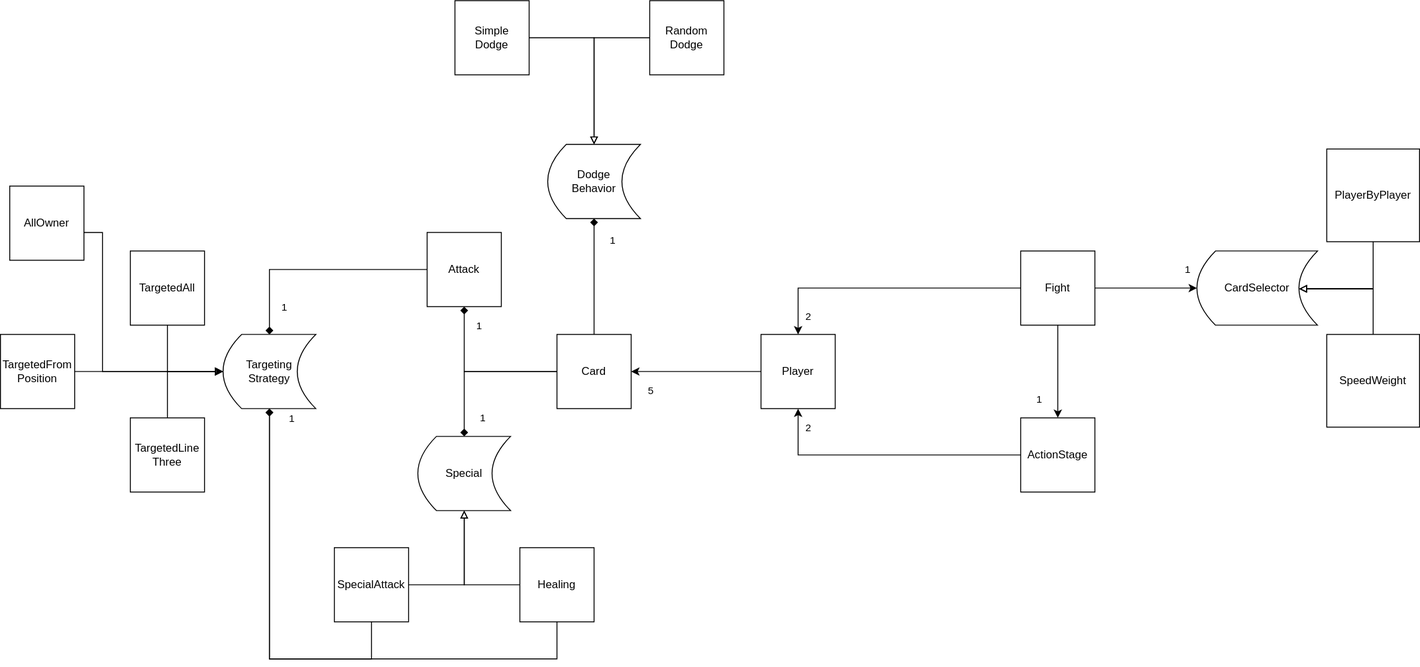
Earlier version of the draw.io export doc/archi.drawio.svg (cegerard/card-game). Source tidied: cells renumbered, new cells last; positions are measured from the earlier drawing's top-left corner, leaving out a move shared by most shapes.
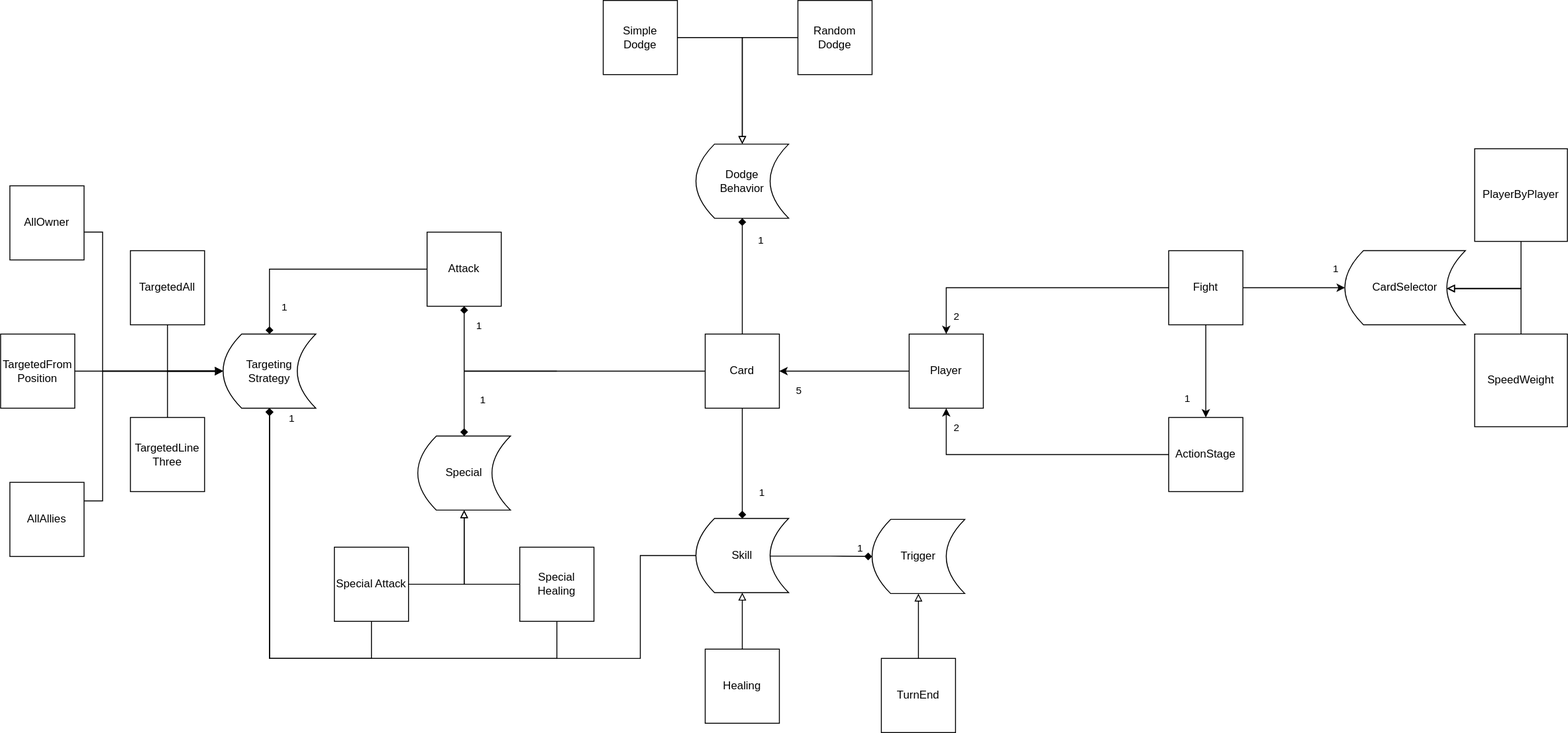
The same diagram one commit later.

Commit message:
Add self healing skill

What changed in the source:
```diff
@@ -65,14 +65,24 @@
     <mxCell id="17" value="Player" style="whiteSpace=wrap;html=1;" parent="1" vertex="1">
       <mxGeometry x="820" y="360" width="80" height="80" as="geometry" />
     </mxCell>
-    <mxCell id="18" style="edgeStyle=orthogonalEdgeStyle;rounded=0;html=1;exitX=0;exitY=0.5;exitDx=0;exitDy=0;entryX=0.5;entryY=1;entryDx=0;entryDy=0;strokeColor=default;fontColor=default;endArrow=diamond;endFill=1;" parent="1" edge="1" source="20" target="23">
-      <mxGeometry relative="1" as="geometry" />
+    <mxCell id="18" style="edgeStyle=orthogonalEdgeStyle;rounded=0;html=1;exitX=0;exitY=0.5;exitDx=0;exitDy=0;entryX=0.5;entryY=1;entryDx=0;entryDy=0;strokeColor=default;fontColor=default;endArrow=diamond;endFill=1;" parent="1" edge="1" target="23">
+      <mxGeometry relative="1" as="geometry">
+        <mxPoint x="440" y="400" as="sourcePoint" />
+      </mxGeometry>
     </mxCell>
     <mxCell id="19" value="1" style="edgeLabel;html=1;align=center;verticalAlign=middle;fontColor=default;" parent="18" vertex="1">
       <mxGeometry x="0.74" relative="1" as="geometry">
         <mxPoint x="15" y="-2" as="offset" />
       </mxGeometry>
     </mxCell>
+    <mxCell id="48" style="edgeStyle=none;html=1;endArrow=diamond;endFill=1;entryX=0.5;entryY=0;entryDx=0;entryDy=0;" parent="1" edge="1" source="20" target="58">
+      <mxGeometry relative="1" as="geometry" />
+    </mxCell>
+    <mxCell id="49" value="1" style="edgeLabel;html=1;align=center;verticalAlign=middle;" parent="48" vertex="1">
+      <mxGeometry x="-0.48" relative="1" as="geometry">
+        <mxPoint x="20" y="59" as="offset" />
+      </mxGeometry>
+    </mxCell>
     <mxCell id="20" value="Card" style="whiteSpace=wrap;html=1;labelBackgroundColor=none;labelBorderColor=none;fontColor=default;" parent="1" vertex="1">
       <mxGeometry x="600" y="360" width="80" height="80" as="geometry" />
     </mxCell>
@@ -85,13 +95,13 @@
       </mxGeometry>
     </mxCell>
     <mxCell id="23" value="Attack" style="whiteSpace=wrap;html=1;labelBackgroundColor=none;labelBorderColor=none;fontColor=default;" parent="1" vertex="1">
-      <mxGeometry x="460" y="250" width="80" height="80" as="geometry" />
+      <mxGeometry x="300" y="250" width="80" height="80" as="geometry" />
     </mxCell>
     <mxCell id="24" style="edgeStyle=orthogonalEdgeStyle;rounded=0;html=1;exitX=0.5;exitY=1;exitDx=0;exitDy=0;entryX=0.5;entryY=1;entryDx=0;entryDy=0;strokeColor=default;fontColor=default;endArrow=diamond;endFill=1;" parent="1" edge="1" source="27" target="28">
       <mxGeometry relative="1" as="geometry">
         <Array as="points">
-          <mxPoint x="400" y="710" />
-          <mxPoint x="290" y="710" />
+          <mxPoint x="240" y="710" />
+          <mxPoint x="130" y="710" />
         </Array>
       </mxGeometry>
     </mxCell>
@@ -103,35 +113,35 @@
     <mxCell id="26" style="edgeStyle=orthogonalEdgeStyle;html=1;entryX=0.5;entryY=1;entryDx=0;entryDy=0;endArrow=block;endFill=0;strokeColor=default;rounded=0;" parent="1" edge="1" source="27" target="36">
       <mxGeometry relative="1" as="geometry" />
     </mxCell>
-    <mxCell id="27" value="SpecialAttack" style="whiteSpace=wrap;html=1;labelBackgroundColor=none;labelBorderColor=none;fontColor=default;" parent="1" vertex="1">
-      <mxGeometry x="360" y="590" width="80" height="80" as="geometry" />
+    <mxCell id="27" value="Special Attack" style="whiteSpace=wrap;html=1;labelBackgroundColor=none;labelBorderColor=none;fontColor=default;" parent="1" vertex="1">
+      <mxGeometry x="200" y="590" width="80" height="80" as="geometry" />
     </mxCell>
     <mxCell id="28" value="Targeting&lt;br&gt;Strategy" style="shape=dataStorage;whiteSpace=wrap;html=1;fixedSize=1;labelBackgroundColor=none;labelBorderColor=none;fontColor=default;" parent="1" vertex="1">
-      <mxGeometry x="240" y="360" width="100" height="80" as="geometry" />
+      <mxGeometry x="80" y="360" width="100" height="80" as="geometry" />
     </mxCell>
     <mxCell id="29" style="edgeStyle=orthogonalEdgeStyle;rounded=0;html=1;exitX=0.5;exitY=1;exitDx=0;exitDy=0;entryX=0;entryY=0.5;entryDx=0;entryDy=0;strokeColor=default;fontColor=default;endArrow=block;endFill=0;" parent="1" edge="1" source="30" target="28">
       <mxGeometry relative="1" as="geometry" />
     </mxCell>
     <mxCell id="30" value="TargetedAll" style="whiteSpace=wrap;html=1;labelBackgroundColor=none;labelBorderColor=none;fontColor=default;" parent="1" vertex="1">
-      <mxGeometry x="140" y="270" width="80" height="80" as="geometry" />
+      <mxGeometry x="-20" y="270" width="80" height="80" as="geometry" />
     </mxCell>
     <mxCell id="31" style="edgeStyle=orthogonalEdgeStyle;rounded=0;html=1;exitX=1;exitY=0.5;exitDx=0;exitDy=0;entryX=0;entryY=0.5;entryDx=0;entryDy=0;strokeColor=default;fontColor=default;endArrow=block;endFill=0;" parent="1" edge="1" source="32" target="28">
       <mxGeometry relative="1" as="geometry" />
     </mxCell>
     <mxCell id="32" value="TargetedFrom&lt;br&gt;Position" style="whiteSpace=wrap;html=1;labelBackgroundColor=none;labelBorderColor=none;fontColor=default;" parent="1" vertex="1">
-      <mxGeometry y="360" width="80" height="80" as="geometry" />
+      <mxGeometry x="-160" y="360" width="80" height="80" as="geometry" />
     </mxCell>
     <mxCell id="33" style="edgeStyle=orthogonalEdgeStyle;rounded=0;html=1;exitX=0.5;exitY=0;exitDx=0;exitDy=0;entryX=0;entryY=0.5;entryDx=0;entryDy=0;strokeColor=default;fontColor=default;endArrow=block;endFill=0;" parent="1" edge="1" source="34" target="28">
       <mxGeometry relative="1" as="geometry" />
     </mxCell>
     <mxCell id="34" value="TargetedLine&lt;br&gt;Three" style="whiteSpace=wrap;html=1;labelBackgroundColor=none;labelBorderColor=none;fontColor=default;" parent="1" vertex="1">
-      <mxGeometry x="140" y="450" width="80" height="80" as="geometry" />
+      <mxGeometry x="-20" y="450" width="80" height="80" as="geometry" />
     </mxCell>
     <mxCell id="35" value="1" style="edgeStyle=orthogonalEdgeStyle;rounded=0;html=1;exitX=0;exitY=0.5;exitDx=0;exitDy=0;entryX=0.5;entryY=0;entryDx=0;entryDy=0;strokeColor=default;fontColor=default;endArrow=diamond;endFill=1;" parent="1" edge="1" source="20" target="36">
       <mxGeometry x="0.76" y="20" relative="1" as="geometry" />
     </mxCell>
     <mxCell id="36" value="Special" style="shape=dataStorage;whiteSpace=wrap;html=1;fixedSize=1;labelBackgroundColor=none;labelBorderColor=none;fontColor=default;" parent="1" vertex="1">
-      <mxGeometry x="450" y="470" width="100" height="80" as="geometry" />
+      <mxGeometry x="290" y="470" width="100" height="80" as="geometry" />
     </mxCell>
     <mxCell id="37" style="edgeStyle=orthogonalEdgeStyle;rounded=0;html=1;strokeColor=default;endArrow=block;endFill=0;entryX=0.5;entryY=1;entryDx=0;entryDy=0;" parent="1" edge="1" source="39" target="36">
       <mxGeometry relative="1" as="geometry" />
@@ -139,15 +149,15 @@
     <mxCell id="38" style="edgeStyle=orthogonalEdgeStyle;rounded=0;html=1;strokeColor=default;startArrow=none;startFill=0;endArrow=diamond;endFill=1;entryX=0.5;entryY=1;entryDx=0;entryDy=0;" parent="1" edge="1" source="39" target="28">
       <mxGeometry relative="1" as="geometry">
         <Array as="points">
-          <mxPoint x="600" y="710" />
-          <mxPoint x="290" y="710" />
+          <mxPoint x="440" y="710" />
+          <mxPoint x="130" y="710" />
         </Array>
       </mxGeometry>
     </mxCell>
-    <mxCell id="39" value="Healing" style="whiteSpace=wrap;html=1;labelBackgroundColor=none;labelBorderColor=none;fontColor=default;" parent="1" vertex="1">
-      <mxGeometry x="560" y="590" width="80" height="80" as="geometry" />
+    <mxCell id="39" value="Special Healing" style="whiteSpace=wrap;html=1;labelBackgroundColor=none;labelBorderColor=none;fontColor=default;" parent="1" vertex="1">
+      <mxGeometry x="400" y="590" width="80" height="80" as="geometry" />
     </mxCell>
-    <mxCell id="40" value="1" style="edgeStyle=orthogonalEdgeStyle;rounded=0;html=1;entryX=0.5;entryY=0;entryDx=0;entryDy=0;strokeColor=default;endArrow=none;endFill=0;startArrow=diamond;startFill=1;" parent="1" edge="1" source="41" target="20">
+    <mxCell id="40" value="1" style="edgeStyle=orthogonalEdgeStyle;rounded=0;html=1;strokeColor=default;endArrow=none;endFill=0;startArrow=diamond;startFill=1;exitX=0.5;exitY=1;exitDx=0;exitDy=0;entryX=0.5;entryY=0;entryDx=0;entryDy=0;" parent="1" edge="1" source="41" target="20">
       <mxGeometry x="-0.6" y="20" relative="1" as="geometry">
         <mxPoint y="-1" as="offset" />
       </mxGeometry>
@@ -170,13 +180,58 @@
     <mxCell id="46" style="edgeStyle=orthogonalEdgeStyle;html=1;entryX=0;entryY=0.5;entryDx=0;entryDy=0;rounded=0;exitX=0.5;exitY=1;exitDx=0;exitDy=0;" parent="1" edge="1" source="47" target="28">
       <mxGeometry relative="1" as="geometry">
         <Array as="points">
-          <mxPoint x="110" y="250" />
-          <mxPoint x="110" y="400" />
+          <mxPoint x="-50" y="250" />
+          <mxPoint x="-50" y="400" />
         </Array>
       </mxGeometry>
     </mxCell>
     <mxCell id="47" value="AllOwner" style="whiteSpace=wrap;html=1;labelBackgroundColor=none;labelBorderColor=none;fontColor=default;" parent="1" vertex="1">
-      <mxGeometry x="10" y="200" width="80" height="80" as="geometry" />
+      <mxGeometry x="-150" y="200" width="80" height="80" as="geometry" />
     </mxCell>
+    <mxCell id="50" style="edgeStyle=orthogonalEdgeStyle;rounded=0;html=1;endArrow=diamond;endFill=1;exitX=0;exitY=0.5;exitDx=0;exitDy=0;" parent="1" edge="1" source="58" target="28">
+      <mxGeometry relative="1" as="geometry">
+        <Array as="points">
+          <mxPoint x="530" y="710" />
+          <mxPoint x="130" y="710" />
+        </Array>
+      </mxGeometry>
+    </mxCell>
+    <mxCell id="51" style="edgeStyle=orthogonalEdgeStyle;rounded=0;html=1;endArrow=diamond;endFill=1;exitX=0.8;exitY=0.508;exitDx=0;exitDy=0;exitPerimeter=0;" parent="1" edge="1" source="58" target="56">
+      <mxGeometry relative="1" as="geometry" />
+    </mxCell>
+    <mxCell id="52" value="1" style="edgeLabel;html=1;align=center;verticalAlign=middle;" parent="51" vertex="1">
+      <mxGeometry x="0.25" y="2" relative="1" as="geometry">
+        <mxPoint x="28" y="-8" as="offset" />
+      </mxGeometry>
+    </mxCell>
+    <mxCell id="53" style="edgeStyle=orthogonalEdgeStyle;html=1;entryX=0;entryY=0.5;entryDx=0;entryDy=0;endArrow=classic;endFill=1;rounded=0;" parent="1" edge="1" source="54" target="28">
+      <mxGeometry relative="1" as="geometry">
+        <Array as="points">
+          <mxPoint x="-50" y="540" />
+          <mxPoint x="-50" y="400" />
+        </Array>
+      </mxGeometry>
+    </mxCell>
+    <mxCell id="54" value="AllAllies" style="whiteSpace=wrap;html=1;labelBackgroundColor=none;labelBorderColor=none;fontColor=default;" parent="1" vertex="1">
+      <mxGeometry x="-150" y="520" width="80" height="80" as="geometry" />
+    </mxCell>
+    <mxCell id="55" style="edgeStyle=orthogonalEdgeStyle;rounded=0;html=1;exitX=0.5;exitY=1;exitDx=0;exitDy=0;entryX=0.5;entryY=0;entryDx=0;entryDy=0;endArrow=none;endFill=0;startArrow=block;startFill=0;" parent="1" edge="1" source="56" target="57">
+      <mxGeometry relative="1" as="geometry" />
+    </mxCell>
+    <mxCell id="56" value="Trigger" style="shape=dataStorage;whiteSpace=wrap;html=1;fixedSize=1;labelBackgroundColor=none;labelBorderColor=none;fontColor=default;" parent="1" vertex="1">
+      <mxGeometry x="780" y="560" width="100" height="80" as="geometry" />
+    </mxCell>
+    <mxCell id="57" value="TurnEnd" style="whiteSpace=wrap;html=1;labelBackgroundColor=none;labelBorderColor=none;fontColor=default;" parent="1" vertex="1">
+      <mxGeometry x="790" y="710" width="80" height="80" as="geometry" />
+    </mxCell>
+    <mxCell id="58" value="Skill" style="shape=dataStorage;whiteSpace=wrap;html=1;fixedSize=1;labelBackgroundColor=none;labelBorderColor=none;fontColor=default;" parent="1" vertex="1">
+      <mxGeometry x="590" y="559" width="100" height="80" as="geometry" />
+    </mxCell>
+    <mxCell id="59" style="edgeStyle=none;html=1;entryX=0.5;entryY=1;entryDx=0;entryDy=0;endArrow=block;endFill=0;" parent="1" edge="1" source="60" target="58">
+      <mxGeometry relative="1" as="geometry" />
+    </mxCell>
+    <mxCell id="60" value="Healing" style="whiteSpace=wrap;html=1;labelBackgroundColor=none;labelBorderColor=none;fontColor=default;" parent="1" vertex="1">
+      <mxGeometry x="600" y="700" width="80" height="80" as="geometry" />
+    </mxCell>
   </root>
 </mxGraphModel>
```
